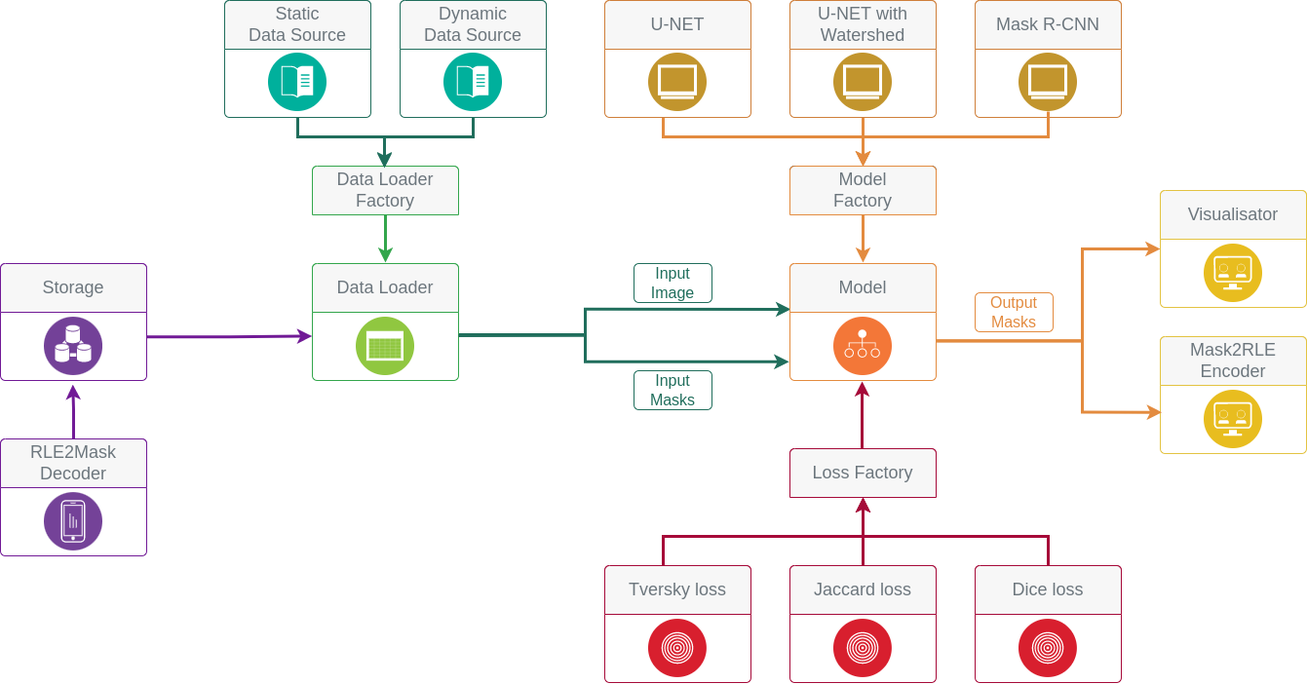
This is img/AI_pipeline.png from yewhenp/sartorius-image-segmentation-competition, a draw.io export, as it was before one commit. Source tidied: cells renumbered, new cells last; positions are measured from the earlier drawing's top-left corner, leaving out a move shared by most shapes.
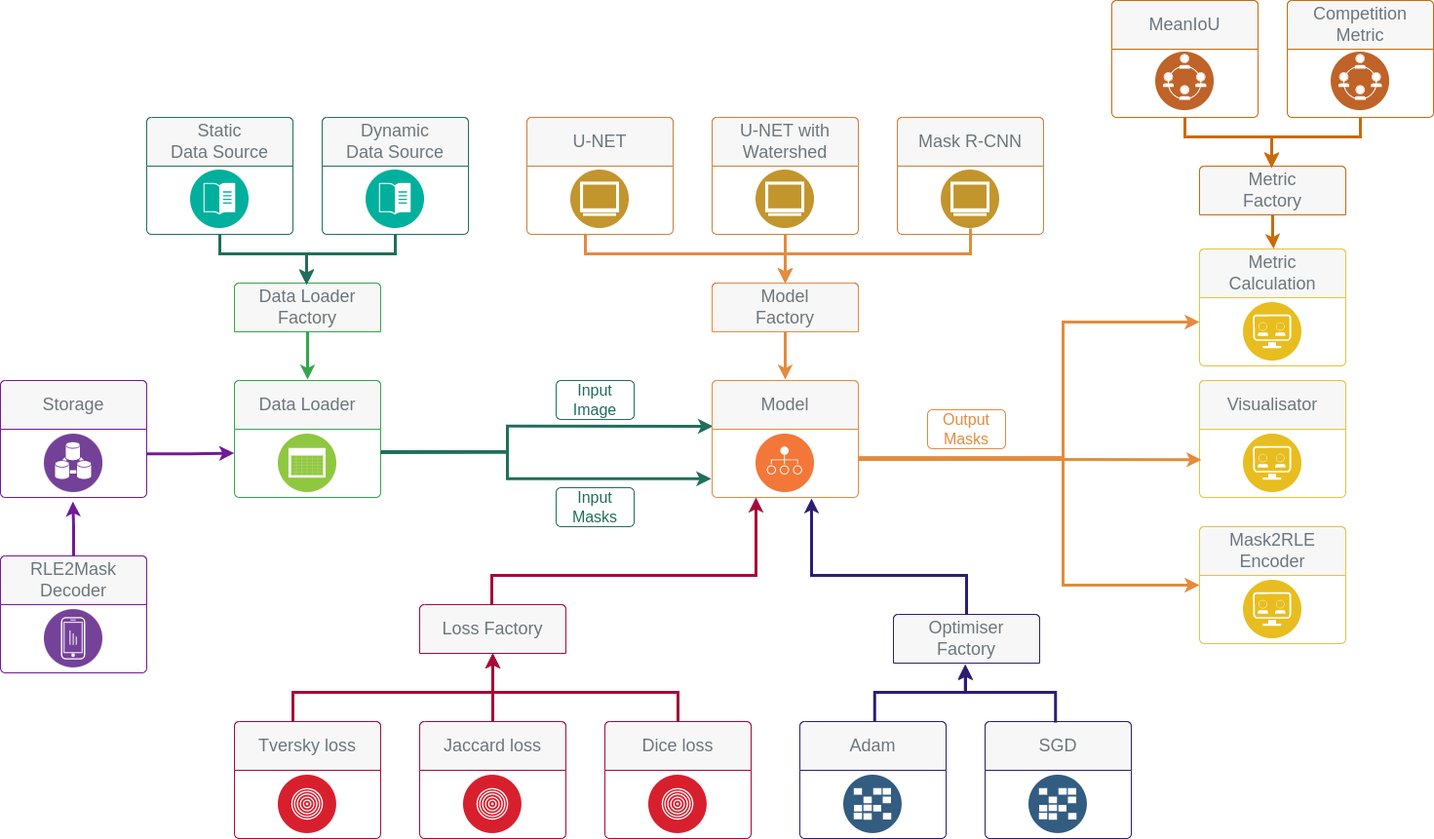
After the change.

Change to the diagram source:
```diff
@@ -64,7 +64,9 @@
     </mxCell>
-    <mxCell id="17" style="edgeStyle=orthogonalEdgeStyle;rounded=0;jettySize=auto;html=1;fontColor=#A60A39;strokeColor=#E38B3F;strokeWidth=3;exitX=0.998;exitY=0.66;exitDx=0;exitDy=0;exitPerimeter=0;" parent="1" edge="1" source="18" target="54">
+    <mxCell id="17" style="edgeStyle=orthogonalEdgeStyle;rounded=0;jettySize=auto;html=1;fontColor=#A60A39;strokeColor=#E38B3F;strokeWidth=3;exitX=0.998;exitY=0.66;exitDx=0;exitDy=0;exitPerimeter=0;" parent="1" edge="1" source="18">
       <mxGeometry relative="1" as="geometry">
+        <mxPoint x="1310" y="210" as="targetPoint" />
         <Array as="points">
-          <mxPoint x="1110" y="349" />
-          <mxPoint x="1110" y="255" />
+          <mxPoint x="1170" y="349" />
+          <mxPoint x="1170" y="210" />
+          <mxPoint x="1310" y="210" />
         </Array>
@@ -153,3 +155,3 @@
     <mxCell id="39" style="html=1;shadow=0;dashed=0;shape=mxgraph.bootstrap.rrect;rSize=5;strokeColor=#A60A39;html=1;whiteSpace=wrap;fillColor=#ffffff;fontColor=#33A64C;verticalAlign=bottom;align=left;spacing=20;spacingBottom=0;fontSize=14;" parent="1" vertex="1">
-      <mxGeometry x="810" y="460" width="150" height="50" as="geometry" />
+      <mxGeometry x="510" y="500" width="150" height="50" as="geometry" />
     </mxCell>
@@ -158,5 +160,9 @@
     </mxCell>
-    <mxCell id="41" style="edgeStyle=orthogonalEdgeStyle;rounded=0;jettySize=auto;html=1;entryX=0.494;entryY=1.008;entryDx=0;entryDy=0;entryPerimeter=0;fontColor=#A60A39;strokeColor=#A60A39;strokeWidth=3;" parent="39" edge="1" target="18">
+    <mxCell id="41" style="edgeStyle=orthogonalEdgeStyle;rounded=0;jettySize=auto;html=1;fontColor=#A60A39;strokeColor=#A60A39;strokeWidth=3;entryX=0.3;entryY=1.001;entryDx=0;entryDy=0;entryPerimeter=0;" parent="39" edge="1" target="18">
       <mxGeometry relative="1" as="geometry">
         <mxPoint x="74" as="sourcePoint" />
+        <Array as="points">
+          <mxPoint x="74" y="-30" />
+          <mxPoint x="345" y="-30" />
+        </Array>
       </mxGeometry>
@@ -165,6 +171,6 @@
       <mxGeometry relative="1" as="geometry">
-        <mxPoint x="885" y="510" as="targetPoint" />
+        <mxPoint x="585" y="550" as="targetPoint" />
         <Array as="points">
-          <mxPoint x="680" y="550" />
-          <mxPoint x="885" y="550" />
+          <mxPoint x="380" y="590" />
+          <mxPoint x="585" y="590" />
         </Array>
@@ -173,3 +179,3 @@
     <mxCell id="43" style="html=1;shadow=0;dashed=0;shape=mxgraph.bootstrap.rrect;rSize=5;strokeColor=#A60A39;html=1;whiteSpace=wrap;fillColor=#ffffff;fontColor=#A60A39;verticalAlign=bottom;align=left;spacing=20;spacingBottom=0;fontSize=14;" parent="1" vertex="1">
-      <mxGeometry x="620" y="580" width="150" height="120" as="geometry" />
+      <mxGeometry x="320" y="620" width="150" height="120" as="geometry" />
     </mxCell>
@@ -183,3 +189,3 @@
       <mxGeometry relative="1" as="geometry">
-        <mxPoint x="885" y="510" as="targetPoint" />
+        <mxPoint x="585" y="550" as="targetPoint" />
       </mxGeometry>
@@ -187,3 +193,3 @@
     <mxCell id="47" style="html=1;shadow=0;dashed=0;shape=mxgraph.bootstrap.rrect;rSize=5;strokeColor=#A60A39;html=1;whiteSpace=wrap;fillColor=#ffffff;fontColor=#33A64C;verticalAlign=bottom;align=left;spacing=20;spacingBottom=0;fontSize=14;" parent="1" vertex="1">
-      <mxGeometry x="810" y="580" width="150" height="120" as="geometry" />
+      <mxGeometry x="510" y="620" width="150" height="120" as="geometry" />
     </mxCell>
@@ -196,3 +202,3 @@
     <mxCell id="50" style="html=1;shadow=0;dashed=0;shape=mxgraph.bootstrap.rrect;rSize=5;strokeColor=#A60A39;html=1;whiteSpace=wrap;fillColor=#ffffff;fontColor=#33A64C;verticalAlign=bottom;align=left;spacing=20;spacingBottom=0;fontSize=14;" parent="1" vertex="1">
-      <mxGeometry x="1000" y="580" width="150" height="120" as="geometry" />
+      <mxGeometry x="700" y="620" width="150" height="120" as="geometry" />
     </mxCell>
@@ -206,7 +212,7 @@
       <mxGeometry relative="1" as="geometry">
-        <mxPoint x="1075" y="580" as="sourcePoint" />
-        <mxPoint x="885" y="510" as="targetPoint" />
+        <mxPoint x="775" y="620" as="sourcePoint" />
+        <mxPoint x="585" y="550" as="targetPoint" />
         <Array as="points">
-          <mxPoint x="1075" y="550" />
-          <mxPoint x="885" y="550" />
+          <mxPoint x="775" y="590" />
+          <mxPoint x="585" y="590" />
         </Array>
@@ -215,3 +221,3 @@
     <mxCell id="54" style="html=1;shadow=0;dashed=0;shape=mxgraph.bootstrap.rrect;rSize=5;strokeColor=#E3C342;html=1;whiteSpace=wrap;fillColor=#ffffff;fontColor=#33A64C;verticalAlign=bottom;align=left;spacing=20;spacingBottom=0;fontSize=14;" parent="1" vertex="1">
-      <mxGeometry x="1190" y="195" width="150" height="120" as="geometry" />
+      <mxGeometry x="1310" y="270" width="150" height="120" as="geometry" />
     </mxCell>
@@ -224,3 +230,3 @@
     <mxCell id="57" style="html=1;shadow=0;dashed=0;shape=mxgraph.bootstrap.rrect;rSize=5;strokeColor=#E3C342;html=1;whiteSpace=wrap;fillColor=#ffffff;fontColor=#33A64C;verticalAlign=bottom;align=left;spacing=20;spacingBottom=0;fontSize=14;" parent="1" vertex="1">
-      <mxGeometry x="1190" y="345" width="150" height="120" as="geometry" />
+      <mxGeometry x="1310" y="420" width="150" height="120" as="geometry" />
     </mxCell>
@@ -232,7 +238,7 @@
     </mxCell>
-    <mxCell id="60" style="edgeStyle=orthogonalEdgeStyle;rounded=0;jettySize=auto;html=1;fontColor=#A60A39;strokeColor=#E38B3F;strokeWidth=3;exitX=1.001;exitY=0.662;exitDx=0;exitDy=0;exitPerimeter=0;entryX=0.011;entryY=0.647;entryDx=0;entryDy=0;entryPerimeter=0;" parent="1" edge="1" source="18" target="57">
+    <mxCell id="60" style="edgeStyle=orthogonalEdgeStyle;rounded=0;jettySize=auto;html=1;fontColor=#A60A39;strokeColor=#E38B3F;strokeWidth=3;exitX=1.001;exitY=0.662;exitDx=0;exitDy=0;exitPerimeter=0;" parent="1" edge="1" source="18" target="57">
       <mxGeometry relative="1" as="geometry">
         <Array as="points">
-          <mxPoint x="1110" y="349" />
-          <mxPoint x="1110" y="423" />
+          <mxPoint x="1170" y="349" />
+          <mxPoint x="1170" y="480" />
         </Array>
@@ -241,3 +247,3 @@
     <mxCell id="61" value="Output&lt;br&gt;Masks" style="html=1;shadow=0;dashed=0;shape=mxgraph.bootstrap.rrect;rSize=5;strokeColor=#E38B3F;strokeWidth=1;fillColor=none;fontColor=#E38B3F;whiteSpace=wrap;align=center;verticalAlign=middle;spacingLeft=0;fontStyle=0;fontSize=16;spacing=5;" parent="1" vertex="1">
-      <mxGeometry x="1000" y="300" width="80" height="40" as="geometry" />
+      <mxGeometry x="1031" y="300" width="80" height="40" as="geometry" />
     </mxCell>
@@ -247,3 +253,3 @@
     <mxCell id="63" style="html=1;shadow=0;dashed=0;shape=mxgraph.bootstrap.rrect;rSize=5;strokeColor=#711A96;html=1;whiteSpace=wrap;fillColor=#ffffff;fontColor=default;verticalAlign=bottom;align=left;spacing=20;spacingBottom=0;fontSize=14;" parent="1" vertex="1">
-      <mxGeometry y="270" width="150" height="120" as="geometry" />
+      <mxGeometry x="80" y="270" width="150" height="120" as="geometry" />
     </mxCell>
@@ -259,3 +265,3 @@
     <mxCell id="67" style="html=1;shadow=0;dashed=0;shape=mxgraph.bootstrap.rrect;rSize=5;strokeColor=#711A96;html=1;whiteSpace=wrap;fillColor=#ffffff;fontColor=default;verticalAlign=bottom;align=left;spacing=20;spacingBottom=0;fontSize=14;" parent="1" vertex="1">
-      <mxGeometry y="450" width="150" height="120" as="geometry" />
+      <mxGeometry x="80" y="450" width="150" height="120" as="geometry" />
     </mxCell>
@@ -267,2 +273,120 @@
     </mxCell>
+    <mxCell id="70" style="html=1;shadow=0;dashed=0;shape=mxgraph.bootstrap.rrect;rSize=5;strokeColor=#2E1D73;html=1;whiteSpace=wrap;fillColor=#ffffff;fontColor=#33A64C;verticalAlign=bottom;align=left;spacing=20;spacingBottom=0;fontSize=14;" parent="1" vertex="1">
+      <mxGeometry x="996" y="510" width="150" height="40" as="geometry" />
+    </mxCell>
+    <mxCell id="71" value="Optimiser Factory" style="html=1;shadow=0;dashed=0;shape=mxgraph.bootstrap.topButton;rSize=5;perimeter=none;whiteSpace=wrap;fillColor=#F7F7F7;strokeColor=#2E1D73;fontColor=#6C767D;fontSize=18;align=center;spacing=20;" parent="70" vertex="1">
+      <mxGeometry width="150" height="50" relative="1" as="geometry" />
+    </mxCell>
+    <mxCell id="72" style="edgeStyle=orthogonalEdgeStyle;rounded=0;orthogonalLoop=1;jettySize=auto;html=1;entryX=0.494;entryY=1.008;entryDx=0;entryDy=0;entryPerimeter=0;fontColor=#A60A39;strokeColor=#A60A39;strokeWidth=3;" parent="70" edge="1">
+      <mxGeometry relative="1" as="geometry">
+        <mxPoint x="74" as="sourcePoint" />
+        <Array as="points">
+          <mxPoint x="74" y="-24" />
+          <mxPoint x="324" y="-24" />
+        </Array>
+      </mxGeometry>
+    </mxCell>
+    <mxCell id="73" style="edgeStyle=orthogonalEdgeStyle;rounded=0;jettySize=auto;html=1;entryX=0.68;entryY=1.008;entryDx=0;entryDy=0;entryPerimeter=0;strokeColor=#2E1D73;strokeWidth=3;" parent="70" edge="1" target="18">
+      <mxGeometry relative="1" as="geometry">
+        <mxPoint x="75" as="sourcePoint" />
+        <Array as="points">
+          <mxPoint x="75" y="-40" />
+          <mxPoint x="-84" y="-40" />
+        </Array>
+      </mxGeometry>
+    </mxCell>
+    <mxCell id="74" style="edgeStyle=orthogonalEdgeStyle;rounded=0;jettySize=auto;html=1;strokeColor=#2E1D73;strokeWidth=3;exitX=0.511;exitY=0.008;exitDx=0;exitDy=0;exitPerimeter=0;entryX=0.493;entryY=1.044;entryDx=0;entryDy=0;entryPerimeter=0;" parent="1" edge="1" source="76" target="71">
+      <mxGeometry relative="1" as="geometry">
+        <Array as="points">
+          <mxPoint x="977" y="590" />
+          <mxPoint x="1070" y="590" />
+        </Array>
+      </mxGeometry>
+    </mxCell>
+    <mxCell id="75" style="html=1;shadow=0;dashed=0;shape=mxgraph.bootstrap.rrect;rSize=5;strokeColor=#2E1D73;html=1;whiteSpace=wrap;fillColor=#ffffff;fontColor=#A60A39;verticalAlign=bottom;align=left;spacing=20;spacingBottom=0;fontSize=14;" parent="1" vertex="1">
+      <mxGeometry x="900" y="620" width="150" height="120" as="geometry" />
+    </mxCell>
+    <mxCell id="76" value="Adam" style="html=1;shadow=0;dashed=0;shape=mxgraph.bootstrap.topButton;rSize=5;perimeter=none;whiteSpace=wrap;fillColor=#F7F7F7;strokeColor=#2E1D73;fontColor=#6C767D;fontSize=18;align=center;spacing=20;" parent="75" vertex="1">
+      <mxGeometry width="150" height="50" relative="1" as="geometry" />
+    </mxCell>
+    <mxCell id="77" style="perimeter=ellipsePerimeter;html=1;align=center;shadow=0;dashed=0;fontColor=#4277BB;labelBackgroundColor=#ffffff;fontSize=12;spacingTop=3;image;image=img/lib/ibm/data/caches.svg;" parent="75" vertex="1">
+      <mxGeometry x="45" y="55" width="60" height="60" as="geometry" />
+    </mxCell>
+    <mxCell id="78" style="html=1;shadow=0;dashed=0;shape=mxgraph.bootstrap.rrect;rSize=5;strokeColor=#2E1D73;html=1;whiteSpace=wrap;fillColor=#ffffff;fontColor=#33A64C;verticalAlign=bottom;align=left;spacing=20;spacingBottom=0;fontSize=14;" parent="1" vertex="1">
+      <mxGeometry x="1090" y="620" width="150" height="120" as="geometry" />
+    </mxCell>
+    <mxCell id="79" value="SGD" style="html=1;shadow=0;dashed=0;shape=mxgraph.bootstrap.topButton;rSize=5;perimeter=none;whiteSpace=wrap;fillColor=#F7F7F7;strokeColor=#2E1D73;fontColor=#6C767D;fontSize=18;align=center;spacing=20;" parent="78" vertex="1">
+      <mxGeometry width="150" height="50" relative="1" as="geometry" />
+    </mxCell>
+    <mxCell id="80" style="perimeter=ellipsePerimeter;html=1;align=center;shadow=0;dashed=0;fontColor=#4277BB;labelBackgroundColor=#ffffff;fontSize=12;spacingTop=3;image;image=img/lib/ibm/data/caches.svg;" parent="78" vertex="1">
+      <mxGeometry x="45" y="55" width="60" height="60" as="geometry" />
+    </mxCell>
+    <mxCell id="81" style="edgeStyle=orthogonalEdgeStyle;rounded=0;jettySize=auto;html=1;strokeColor=#2E1D73;strokeWidth=3;exitX=0.481;exitY=0.021;exitDx=0;exitDy=0;exitPerimeter=0;entryX=0.491;entryY=1.022;entryDx=0;entryDy=0;entryPerimeter=0;" parent="1" edge="1" source="79" target="71">
+      <mxGeometry relative="1" as="geometry">
+        <Array as="points">
+          <mxPoint x="1162" y="590" />
+          <mxPoint x="1070" y="590" />
+        </Array>
+      </mxGeometry>
+    </mxCell>
+    <mxCell id="82" style="edgeStyle=orthogonalEdgeStyle;rounded=0;jettySize=auto;html=1;fontColor=#A60A39;strokeColor=#E38B3F;strokeWidth=3;entryX=0.013;entryY=0.678;entryDx=0;entryDy=0;entryPerimeter=0;" parent="1" edge="1" target="54">
+      <mxGeometry relative="1" as="geometry">
+        <mxPoint x="960" y="351" as="sourcePoint" />
+        <Array as="points">
+          <mxPoint x="1135" y="351" />
+        </Array>
+      </mxGeometry>
+    </mxCell>
+    <mxCell id="83" style="html=1;shadow=0;dashed=0;shape=mxgraph.bootstrap.rrect;rSize=5;strokeColor=#E3C342;html=1;whiteSpace=wrap;fillColor=#ffffff;fontColor=#33A64C;verticalAlign=bottom;align=left;spacing=20;spacingBottom=0;fontSize=14;" parent="1" vertex="1">
+      <mxGeometry x="1310" y="135" width="150" height="120" as="geometry" />
+    </mxCell>
+    <mxCell id="84" value="Metric Calculation" style="html=1;shadow=0;dashed=0;shape=mxgraph.bootstrap.topButton;rSize=5;perimeter=none;whiteSpace=wrap;fillColor=#F7F7F7;strokeColor=#E3C342;fontColor=#6C767D;fontSize=18;align=center;spacing=20;" parent="83" vertex="1">
+      <mxGeometry width="150" height="50" relative="1" as="geometry" />
+    </mxCell>
+    <mxCell id="85" style="perimeter=ellipsePerimeter;html=1;align=center;shadow=0;dashed=0;fontColor=#4277BB;labelBackgroundColor=#ffffff;fontSize=12;spacingTop=3;image;image=img/lib/ibm/applications/api_developer_portal.svg;strokeColor=#E38B3F;" parent="83" vertex="1">
+      <mxGeometry x="45" y="55" width="60" height="60" as="geometry" />
+    </mxCell>
+    <mxCell id="86" style="edgeStyle=orthogonalEdgeStyle;rounded=0;jettySize=auto;html=1;entryX=0.506;entryY=-0.005;entryDx=0;entryDy=0;entryPerimeter=0;strokeColor=#C96A0A;strokeWidth=3;" parent="1" edge="1" source="87" target="84">
+      <mxGeometry relative="1" as="geometry" />
+    </mxCell>
+    <mxCell id="87" style="html=1;shadow=0;dashed=0;shape=mxgraph.bootstrap.rrect;rSize=5;strokeColor=#C96A0A;html=1;whiteSpace=wrap;fillColor=#ffffff;fontColor=#33A64C;verticalAlign=bottom;align=left;spacing=20;spacingBottom=0;fontSize=14;" parent="1" vertex="1">
+      <mxGeometry x="1310" y="50" width="150" height="50" as="geometry" />
+    </mxCell>
+    <mxCell id="88" value="Metric&lt;br&gt;Factory" style="html=1;shadow=0;dashed=0;shape=mxgraph.bootstrap.topButton;rSize=5;perimeter=none;whiteSpace=wrap;fillColor=#F7F7F7;strokeColor=#C96A0A;fontColor=#6C767D;fontSize=18;align=center;spacing=20;" parent="87" vertex="1">
+      <mxGeometry width="150" height="50" relative="1" as="geometry" />
+    </mxCell>
+    <mxCell id="89" style="edgeStyle=orthogonalEdgeStyle;rounded=0;jettySize=auto;html=1;entryX=0.493;entryY=0.04;entryDx=0;entryDy=0;entryPerimeter=0;strokeColor=#C96A0A;strokeWidth=3;" parent="1" edge="1" source="90" target="88">
+      <mxGeometry relative="1" as="geometry">
+        <Array as="points">
+          <mxPoint x="1295" y="20" />
+          <mxPoint x="1384" y="20" />
+        </Array>
+      </mxGeometry>
+    </mxCell>
+    <mxCell id="90" style="html=1;shadow=0;dashed=0;shape=mxgraph.bootstrap.rrect;rSize=5;strokeColor=#C96A0A;html=1;whiteSpace=wrap;fillColor=#ffffff;fontColor=#33A64C;verticalAlign=bottom;align=left;spacing=20;spacingBottom=0;fontSize=14;" parent="1" vertex="1">
+      <mxGeometry x="1220" y="-120" width="150" height="120" as="geometry" />
+    </mxCell>
+    <mxCell id="91" value="MeanIoU" style="html=1;shadow=0;dashed=0;shape=mxgraph.bootstrap.topButton;rSize=5;perimeter=none;whiteSpace=wrap;fillColor=#F7F7F7;strokeColor=#C96A0A;fontColor=#6C767D;fontSize=18;align=center;spacing=20;" parent="90" vertex="1">
+      <mxGeometry width="150" height="50" relative="1" as="geometry" />
+    </mxCell>
+    <mxCell id="92" style="perimeter=ellipsePerimeter;html=1;align=center;shadow=0;dashed=0;fontColor=#4277BB;labelBackgroundColor=#ffffff;fontSize=12;spacingTop=3;image;image=img/lib/ibm/social/networking.svg;strokeColor=#2E1D73;" parent="90" vertex="1">
+      <mxGeometry x="45" y="53" width="60" height="60" as="geometry" />
+    </mxCell>
+    <mxCell id="93" style="edgeStyle=orthogonalEdgeStyle;rounded=0;jettySize=auto;html=1;entryX=0.493;entryY=0.02;entryDx=0;entryDy=0;entryPerimeter=0;strokeColor=#C96A0A;strokeWidth=3;" parent="1" edge="1" source="94" target="88">
+      <mxGeometry relative="1" as="geometry">
+        <Array as="points">
+          <mxPoint x="1475" y="20" />
+          <mxPoint x="1384" y="20" />
+        </Array>
+      </mxGeometry>
+    </mxCell>
+    <mxCell id="94" style="html=1;shadow=0;dashed=0;shape=mxgraph.bootstrap.rrect;rSize=5;strokeColor=#C96A0A;html=1;whiteSpace=wrap;fillColor=#ffffff;fontColor=#33A64C;verticalAlign=bottom;align=left;spacing=20;spacingBottom=0;fontSize=14;" parent="1" vertex="1">
+      <mxGeometry x="1400" y="-120" width="150" height="120" as="geometry" />
+    </mxCell>
+    <mxCell id="95" value="Competition&lt;br&gt;Metric" style="html=1;shadow=0;dashed=0;shape=mxgraph.bootstrap.topButton;rSize=5;perimeter=none;whiteSpace=wrap;fillColor=#F7F7F7;strokeColor=#C96A0A;fontColor=#6C767D;fontSize=18;align=center;spacing=20;" parent="94" vertex="1">
+      <mxGeometry width="150" height="50" relative="1" as="geometry" />
+    </mxCell>
+    <mxCell id="96" style="perimeter=ellipsePerimeter;html=1;align=center;shadow=0;dashed=0;fontColor=#4277BB;labelBackgroundColor=#ffffff;fontSize=12;spacingTop=3;image;image=img/lib/ibm/social/networking.svg;strokeColor=#2E1D73;" parent="94" vertex="1">
+      <mxGeometry x="45" y="53" width="60" height="60" as="geometry" />
+    </mxCell>
   </root>
```
